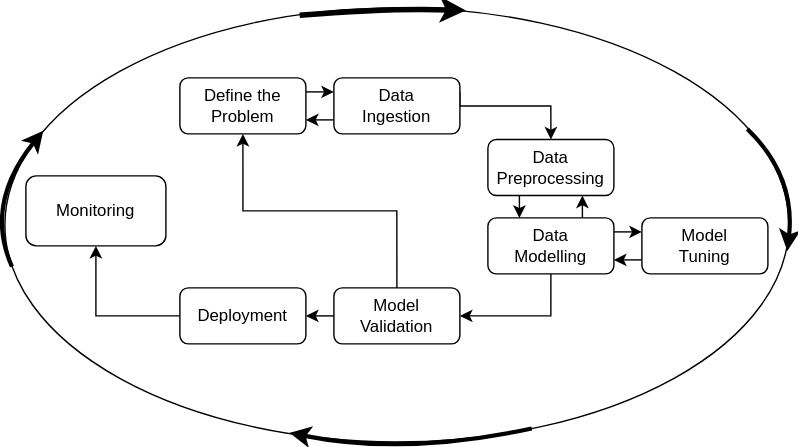
Above: resources/ML-Pipeline.drawio.svg in EOLab-HSRW/esp32s3_object_detection (draw.io), before the change. Source tidied: cells renumbered, new cells last; positions are measured from the earlier drawing's top-left corner, leaving out a move shared by most shapes.
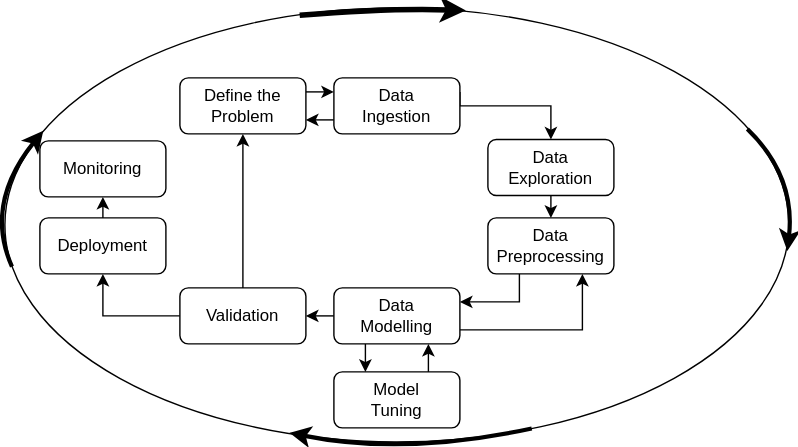
After the change.

Commit message:
Updated drawing to include Data exploration

The edit, as a diff of the source:
```diff
@@ -25,48 +25,45 @@
     <mxCell id="7" value="Data &lt;br&gt;Ingestion" style="rounded=1;whiteSpace=wrap;html=1;" parent="1" vertex="1">
       <mxGeometry x="250" y="50" width="90" height="40" as="geometry" />
     </mxCell>
-    <mxCell id="8" style="edgeStyle=orthogonalEdgeStyle;rounded=0;jettySize=auto;html=1;exitX=0.25;exitY=1;exitDx=0;exitDy=0;entryX=0.25;entryY=0;entryDx=0;entryDy=0;" parent="1" edge="1" source="9" target="13">
+    <mxCell id="8" style="edgeStyle=orthogonalEdgeStyle;rounded=0;jettySize=auto;html=1;exitX=0.5;exitY=1;exitDx=0;exitDy=0;entryX=0.5;entryY=0;entryDx=0;entryDy=0;" parent="1" edge="1" source="9" target="13">
       <mxGeometry relative="1" as="geometry" />
     </mxCell>
-    <mxCell id="9" value="Data Preprocessing" style="rounded=1;whiteSpace=wrap;html=1;" parent="1" vertex="1">
+    <mxCell id="9" value="Data Exploration" style="rounded=1;whiteSpace=wrap;html=1;" parent="1" vertex="1">
       <mxGeometry x="360" y="94" width="90" height="40" as="geometry" />
     </mxCell>
-    <mxCell id="10" style="edgeStyle=orthogonalEdgeStyle;rounded=0;jettySize=auto;html=1;exitX=1;exitY=0.25;exitDx=0;exitDy=0;entryX=0;entryY=0.25;entryDx=0;entryDy=0;" parent="1" edge="1" source="13" target="15">
-      <mxGeometry relative="1" as="geometry" />
-    </mxCell>
-    <mxCell id="11" style="edgeStyle=orthogonalEdgeStyle;rounded=0;jettySize=auto;html=1;exitX=0.5;exitY=1;exitDx=0;exitDy=0;entryX=1;entryY=0.5;entryDx=0;entryDy=0;" parent="1" edge="1" source="13" target="18">
+    <mxCell id="11" style="edgeStyle=orthogonalEdgeStyle;rounded=0;jettySize=auto;html=1;exitX=0.25;exitY=1;exitDx=0;exitDy=0;entryX=1;entryY=0.25;entryDx=0;entryDy=0;" parent="1" edge="1" source="13" target="18">
       <mxGeometry relative="1" as="geometry" />
     </mxCell>
-    <mxCell id="12" style="edgeStyle=orthogonalEdgeStyle;rounded=0;jettySize=auto;html=1;exitX=0.75;exitY=0;exitDx=0;exitDy=0;entryX=0.75;entryY=1;entryDx=0;entryDy=0;" parent="1" edge="1" source="13" target="9">
-      <mxGeometry relative="1" as="geometry" />
-    </mxCell>
-    <mxCell id="13" value="Data &lt;br&gt;Modelling" style="rounded=1;whiteSpace=wrap;html=1;" parent="1" vertex="1">
+    <mxCell id="13" value="Data Preprocessing" style="rounded=1;whiteSpace=wrap;html=1;" parent="1" vertex="1">
       <mxGeometry x="360" y="150" width="90" height="40" as="geometry" />
     </mxCell>
-    <mxCell id="14" style="edgeStyle=orthogonalEdgeStyle;rounded=0;jettySize=auto;html=1;exitX=0;exitY=0.75;exitDx=0;exitDy=0;entryX=1;entryY=0.75;entryDx=0;entryDy=0;" parent="1" edge="1" source="15" target="13">
-      <mxGeometry relative="1" as="geometry" />
-    </mxCell>
+    <mxCell id="26" style="edgeStyle=orthogonalEdgeStyle;rounded=0;jettySize=auto;html=1;exitX=0.75;exitY=0;exitDx=0;exitDy=0;entryX=0.75;entryY=1;entryDx=0;entryDy=0;" parent="1" edge="1" source="15" target="18">
+      <mxGeometry relative="1" as="geometry" />
+    </mxCell>
     <mxCell id="15" value="Model &lt;br&gt;Tuning" style="rounded=1;whiteSpace=wrap;html=1;" parent="1" vertex="1">
-      <mxGeometry x="470" y="150" width="90" height="40" as="geometry" />
+      <mxGeometry x="250" y="260" width="90" height="40" as="geometry" />
     </mxCell>
-    <mxCell id="16" style="edgeStyle=orthogonalEdgeStyle;rounded=0;jettySize=auto;html=1;exitX=0.5;exitY=0;exitDx=0;exitDy=0;entryX=0.5;entryY=1;entryDx=0;entryDy=0;" parent="1" edge="1" source="18" target="4">
-      <mxGeometry relative="1" as="geometry" />
-    </mxCell>
     <mxCell id="17" style="edgeStyle=orthogonalEdgeStyle;rounded=0;jettySize=auto;html=1;exitX=0;exitY=0.5;exitDx=0;exitDy=0;entryX=1;entryY=0.5;entryDx=0;entryDy=0;" parent="1" edge="1" source="18" target="20">
       <mxGeometry relative="1" as="geometry" />
     </mxCell>
+    <mxCell id="27" style="edgeStyle=orthogonalEdgeStyle;rounded=0;jettySize=auto;html=1;exitX=0.25;exitY=1;exitDx=0;exitDy=0;entryX=0.25;entryY=0;entryDx=0;entryDy=0;" parent="1" edge="1" source="18" target="15">
+      <mxGeometry relative="1" as="geometry" />
+    </mxCell>
+    <mxCell id="28" style="edgeStyle=orthogonalEdgeStyle;rounded=0;jettySize=auto;html=1;exitX=1;exitY=0.75;exitDx=0;exitDy=0;entryX=0.75;entryY=1;entryDx=0;entryDy=0;" parent="1" edge="1" source="18" target="13">
+      <mxGeometry relative="1" as="geometry" />
+    </mxCell>
-    <mxCell id="18" value="Model &lt;br&gt;Validation" style="rounded=1;whiteSpace=wrap;html=1;" parent="1" vertex="1">
+    <mxCell id="18" value="Data &lt;br&gt;Modelling" style="rounded=1;whiteSpace=wrap;html=1;" parent="1" vertex="1">
       <mxGeometry x="250" y="200" width="90" height="40" as="geometry" />
     </mxCell>
-    <mxCell id="19" style="edgeStyle=orthogonalEdgeStyle;rounded=0;jettySize=auto;html=1;exitX=0;exitY=0.5;exitDx=0;exitDy=0;entryX=0.5;entryY=1;entryDx=0;entryDy=0;" parent="1" edge="1" source="20" target="21">
-      <mxGeometry relative="1" as="geometry" />
-    </mxCell>
+    <mxCell id="29" style="edgeStyle=orthogonalEdgeStyle;rounded=0;jettySize=auto;html=1;exitX=0.5;exitY=0;exitDx=0;exitDy=0;entryX=0.5;entryY=1;entryDx=0;entryDy=0;" parent="1" edge="1" source="20" target="4">
+      <mxGeometry relative="1" as="geometry" />
+    </mxCell>
+    <mxCell id="30" style="edgeStyle=orthogonalEdgeStyle;rounded=0;jettySize=auto;html=1;exitX=0;exitY=0.5;exitDx=0;exitDy=0;entryX=0.5;entryY=1;entryDx=0;entryDy=0;" parent="1" edge="1" source="20" target="32">
+      <mxGeometry relative="1" as="geometry" />
+    </mxCell>
-    <mxCell id="20" value="Deployment" style="rounded=1;whiteSpace=wrap;html=1;" parent="1" vertex="1">
+    <mxCell id="20" value="Validation" style="rounded=1;whiteSpace=wrap;html=1;" parent="1" vertex="1">
       <mxGeometry x="140" y="200" width="90" height="40" as="geometry" />
     </mxCell>
-    <mxCell id="21" value="Monitoring" style="rounded=1;whiteSpace=wrap;html=1;" parent="1" vertex="1">
-      <mxGeometry x="30" y="120" width="100" height="50" as="geometry" />
-    </mxCell>
     <mxCell id="22" style="curved=1;endArrow=classic;html=1;rounded=0;exitX=0.376;exitY=0.017;exitDx=0;exitDy=0;exitPerimeter=0;entryX=0.588;entryY=0.006;entryDx=0;entryDy=0;entryPerimeter=0;strokeWidth=4;" parent="1" edge="1" source="2" target="2">
       <mxGeometry relative="1" as="geometry">
         <Array as="points">
@@ -95,5 +92,14 @@
         </Array>
       </mxGeometry>
     </mxCell>
+    <mxCell id="31" style="edgeStyle=orthogonalEdgeStyle;rounded=0;jettySize=auto;html=1;exitX=0.5;exitY=0;exitDx=0;exitDy=0;entryX=0.5;entryY=1;entryDx=0;entryDy=0;" parent="1" edge="1" source="32" target="21">
+      <mxGeometry relative="1" as="geometry" />
+    </mxCell>
+    <mxCell id="32" value="Deployment" style="rounded=1;whiteSpace=wrap;html=1;" parent="1" vertex="1">
+      <mxGeometry x="40" y="150" width="90" height="40" as="geometry" />
+    </mxCell>
+    <mxCell id="21" value="Monitoring" style="rounded=1;whiteSpace=wrap;html=1;" parent="1" vertex="1">
+      <mxGeometry x="40" y="95" width="90" height="40" as="geometry" />
+    </mxCell>
   </root>
 </mxGraphModel>
```
